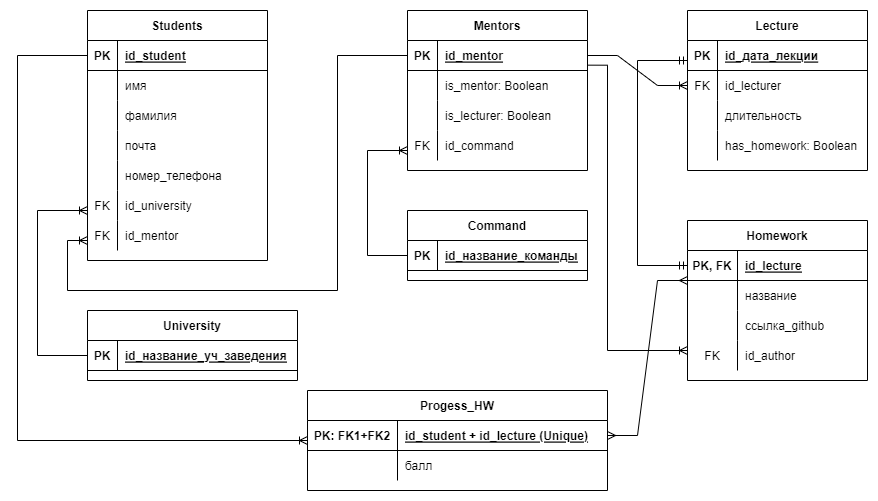
Kolesa-Education/kolesa-upgrade-homework-4 keeps this draw.io diagram as part2/Kolesa Upgrade.drawio.png. Above is the earlier version. Source tidied: cells renumbered, new cells last; positions are measured from the earlier drawing's top-left corner, leaving out a move shared by most shapes.
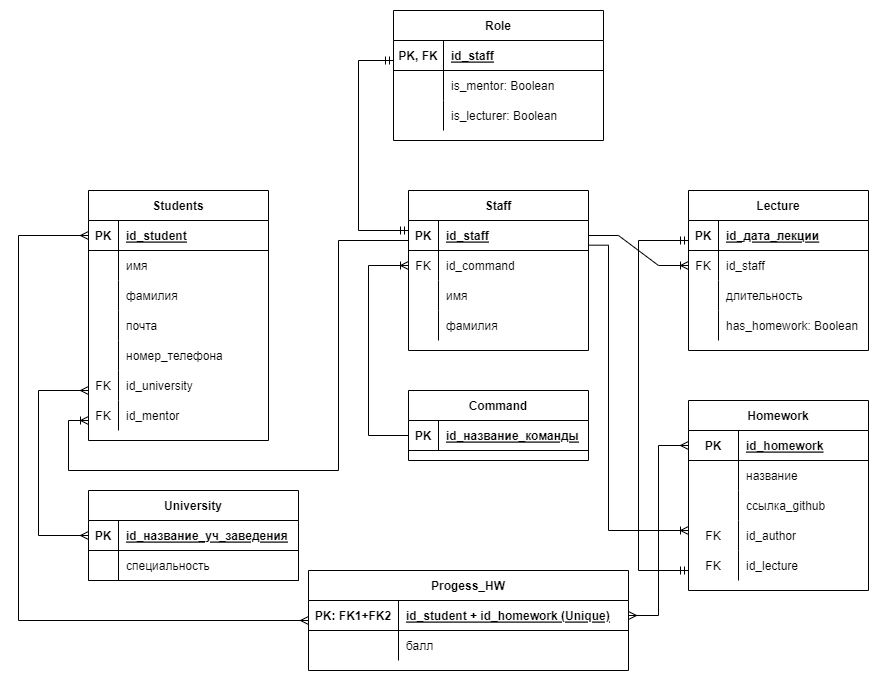
The same diagram one commit later.

Commit message:
homework 4.2 fixed problems

Diff of the diagram source:
```diff
@@ -69,7 +69,7 @@
       <mxGeometry x="30" width="150" height="30" as="geometry" />
     </mxCell>
     <mxCell id="24" value="University" style="shape=table;startSize=30;rowLines=0;fontStyle=1;align=center;" parent="1" vertex="1">
-      <mxGeometry x="70" y="300" width="210" height="70" as="geometry" />
+      <mxGeometry x="70" y="300" width="210" height="90" as="geometry" />
     </mxCell>
     <mxCell id="25" style="shape=tableRow;horizontal=0;startSize=0;swimlaneHead=0;swimlaneBody=0;fillColor=none;points=[[0,0.5],[1,0.5]];portConstraint=eastwest;top=0;left=0;right=0;bottom=1;" parent="24" vertex="1">
       <mxGeometry y="30" width="210" height="30" as="geometry" />
@@ -80,7 +80,16 @@
     <mxCell id="27" value="id_название_уч_заведения" style="shape=partialRectangle;fillColor=none;top=0;left=0;bottom=0;right=0;align=left;spacingLeft=6;fontStyle=5;overflow=hidden;" parent="25" vertex="1">
       <mxGeometry x="30" width="180" height="30" as="geometry" />
     </mxCell>
+    <mxCell id="86" style="shape=tableRow;horizontal=0;startSize=0;swimlaneHead=0;swimlaneBody=0;fillColor=none;top=0;left=0;right=0;bottom=1;" parent="24" vertex="1">
+      <mxGeometry y="60" width="210" height="30" as="geometry" />
+    </mxCell>
+    <mxCell id="87" style="shape=partialRectangle;fillColor=none;top=0;left=0;bottom=0;right=0;fontStyle=1;overflow=hidden;" parent="86" vertex="1">
+      <mxGeometry width="30" height="30" as="geometry" />
+    </mxCell>
+    <mxCell id="88" value="специальность" style="shape=partialRectangle;fillColor=none;top=0;left=0;bottom=0;right=0;align=left;spacingLeft=6;fontStyle=0;overflow=hidden;" parent="86" vertex="1">
+      <mxGeometry x="30" width="180" height="30" as="geometry" />
+    </mxCell>
-    <mxCell id="28" value="Mentors" style="shape=table;startSize=30;rowLines=0;fontStyle=1;align=center;" parent="1" vertex="1">
+    <mxCell id="28" value="Staff" style="shape=table;startSize=30;rowLines=0;fontStyle=1;align=center;" parent="1" vertex="1">
       <mxGeometry x="390" width="180" height="160" as="geometry" />
     </mxCell>
     <mxCell id="29" style="shape=tableRow;horizontal=0;startSize=0;swimlaneHead=0;swimlaneBody=0;fillColor=none;points=[[0,0.5],[1,0.5]];portConstraint=eastwest;top=0;left=0;right=0;bottom=1;" parent="28" vertex="1">
@@ -89,29 +98,11 @@
     <mxCell id="30" value="PK" style="shape=partialRectangle;fillColor=none;top=0;left=0;bottom=0;right=0;fontStyle=1;overflow=hidden;" parent="29" vertex="1">
       <mxGeometry width="30" height="30" as="geometry" />
     </mxCell>
-    <mxCell id="31" value="id_mentor" style="shape=partialRectangle;fillColor=none;top=0;left=0;bottom=0;right=0;align=left;spacingLeft=6;fontStyle=5;overflow=hidden;" parent="29" vertex="1">
+    <mxCell id="31" value="id_staff" style="shape=partialRectangle;fillColor=none;top=0;left=0;bottom=0;right=0;align=left;spacingLeft=6;fontStyle=5;overflow=hidden;" parent="29" vertex="1">
       <mxGeometry x="30" width="150" height="30" as="geometry" />
     </mxCell>
-    <mxCell id="32" style="shape=tableRow;horizontal=0;startSize=0;swimlaneHead=0;swimlaneBody=0;fillColor=none;top=0;left=0;right=0;bottom=0;" parent="28" vertex="1">
-      <mxGeometry y="60" width="180" height="30" as="geometry" />
-    </mxCell>
-    <mxCell id="33" style="shape=partialRectangle;fillColor=none;top=0;left=0;bottom=0;right=0;overflow=hidden;" parent="32" vertex="1">
-      <mxGeometry width="30" height="30" as="geometry" />
-    </mxCell>
-    <mxCell id="34" value="is_mentor: Boolean" style="shape=partialRectangle;fillColor=none;top=0;left=0;bottom=0;right=0;align=left;spacingLeft=6;overflow=hidden;" parent="32" vertex="1">
-      <mxGeometry x="30" width="150" height="30" as="geometry" />
-    </mxCell>
-    <mxCell id="35" style="shape=tableRow;horizontal=0;startSize=0;swimlaneHead=0;swimlaneBody=0;fillColor=none;top=0;left=0;right=0;bottom=0;" parent="28" vertex="1">
-      <mxGeometry y="90" width="180" height="30" as="geometry" />
-    </mxCell>
-    <mxCell id="36" style="shape=partialRectangle;fillColor=none;top=0;left=0;bottom=0;right=0;overflow=hidden;" parent="35" vertex="1">
-      <mxGeometry width="30" height="30" as="geometry" />
-    </mxCell>
-    <mxCell id="37" value="is_lecturer: Boolean" style="shape=partialRectangle;fillColor=none;top=0;left=0;bottom=0;right=0;align=left;spacingLeft=6;overflow=hidden;" parent="35" vertex="1">
-      <mxGeometry x="30" width="150" height="30" as="geometry" />
-    </mxCell>
     <mxCell id="38" style="shape=tableRow;horizontal=0;startSize=0;swimlaneHead=0;swimlaneBody=0;fillColor=none;points=[[0,0.5],[1,0.5]];portConstraint=eastwest;top=0;left=0;right=0;bottom=0;" parent="28" vertex="1">
-      <mxGeometry y="120" width="180" height="30" as="geometry" />
+      <mxGeometry y="60" width="180" height="30" as="geometry" />
     </mxCell>
     <mxCell id="39" value="FK" style="shape=partialRectangle;fillColor=none;top=0;left=0;bottom=0;right=0;overflow=hidden;" parent="38" vertex="1">
       <mxGeometry width="30" height="30" as="geometry" />
@@ -119,6 +110,24 @@
     <mxCell id="40" value="id_command" style="shape=partialRectangle;fillColor=none;top=0;left=0;bottom=0;right=0;align=left;spacingLeft=6;overflow=hidden;" parent="38" vertex="1">
       <mxGeometry x="30" width="150" height="30" as="geometry" />
     </mxCell>
+    <mxCell id="35" style="shape=tableRow;horizontal=0;startSize=0;swimlaneHead=0;swimlaneBody=0;fillColor=none;top=0;left=0;right=0;bottom=0;" parent="28" vertex="1">
+      <mxGeometry y="90" width="180" height="30" as="geometry" />
+    </mxCell>
+    <mxCell id="89" style="shape=partialRectangle;fillColor=none;top=0;left=0;bottom=0;right=0;overflow=hidden;" parent="35" vertex="1">
+      <mxGeometry width="30" height="30" as="geometry" />
+    </mxCell>
+    <mxCell id="90" value="имя" style="shape=partialRectangle;fillColor=none;top=0;left=0;bottom=0;right=0;align=left;spacingLeft=6;overflow=hidden;" parent="35" vertex="1">
+      <mxGeometry x="30" width="150" height="30" as="geometry" />
+    </mxCell>
+    <mxCell id="91" style="shape=tableRow;horizontal=0;startSize=0;swimlaneHead=0;swimlaneBody=0;fillColor=none;top=0;left=0;right=0;bottom=0;" parent="28" vertex="1">
+      <mxGeometry y="120" width="180" height="30" as="geometry" />
+    </mxCell>
+    <mxCell id="92" style="shape=partialRectangle;fillColor=none;top=0;left=0;bottom=0;right=0;overflow=hidden;" parent="91" vertex="1">
+      <mxGeometry width="30" height="30" as="geometry" />
+    </mxCell>
+    <mxCell id="93" value="фамилия" style="shape=partialRectangle;fillColor=none;top=0;left=0;bottom=0;right=0;align=left;spacingLeft=6;overflow=hidden;" parent="91" vertex="1">
+      <mxGeometry x="30" width="150" height="30" as="geometry" />
+    </mxCell>
     <mxCell id="41" value="Command" style="shape=table;startSize=30;rowLines=0;fontStyle=1;align=center;" parent="1" vertex="1">
       <mxGeometry x="390" y="200" width="180" height="70" as="geometry" />
     </mxCell>
@@ -149,7 +158,7 @@
     <mxCell id="50" value="FK" style="shape=partialRectangle;fillColor=none;top=0;left=0;bottom=0;right=0;overflow=hidden;" parent="49" vertex="1">
       <mxGeometry width="30" height="30" as="geometry" />
     </mxCell>
-    <mxCell id="51" value="id_lecturer" style="shape=partialRectangle;fillColor=none;top=0;left=0;bottom=0;right=0;align=left;spacingLeft=6;overflow=hidden;" parent="49" vertex="1">
+    <mxCell id="51" value="id_staff" style="shape=partialRectangle;fillColor=none;top=0;left=0;bottom=0;right=0;align=left;spacingLeft=6;overflow=hidden;" parent="49" vertex="1">
       <mxGeometry x="30" width="150" height="30" as="geometry" />
     </mxCell>
     <mxCell id="52" style="shape=tableRow;horizontal=0;startSize=0;swimlaneHead=0;swimlaneBody=0;fillColor=none;top=0;left=0;right=0;bottom=0;" parent="45" vertex="1">
@@ -171,15 +180,15 @@
       <mxGeometry x="30" width="150" height="30" as="geometry" />
     </mxCell>
     <mxCell id="58" value="Homework" style="shape=table;startSize=30;rowLines=0;fontStyle=1;align=center;" parent="1" vertex="1">
-      <mxGeometry x="670" y="210" width="180" height="160" as="geometry" />
+      <mxGeometry x="670" y="210" width="180" height="190" as="geometry" />
     </mxCell>
     <mxCell id="59" style="shape=tableRow;horizontal=0;startSize=0;swimlaneHead=0;swimlaneBody=0;fillColor=none;points=[[0,0.5],[1,0.5]];portConstraint=eastwest;top=0;left=0;right=0;bottom=1;" parent="58" vertex="1">
       <mxGeometry y="30" width="180" height="30" as="geometry" />
     </mxCell>
-    <mxCell id="60" value="PK, FK" style="shape=partialRectangle;fillColor=none;top=0;left=0;bottom=0;right=0;fontStyle=1;overflow=hidden;" parent="59" vertex="1">
+    <mxCell id="60" value="PK" style="shape=partialRectangle;fillColor=none;top=0;left=0;bottom=0;right=0;fontStyle=1;overflow=hidden;" parent="59" vertex="1">
       <mxGeometry width="50" height="30" as="geometry" />
     </mxCell>
-    <mxCell id="61" value="id_lecture" style="shape=partialRectangle;fillColor=none;top=0;left=0;bottom=0;right=0;align=left;spacingLeft=6;fontStyle=5;overflow=hidden;" parent="59" vertex="1">
+    <mxCell id="61" value="id_homework" style="shape=partialRectangle;fillColor=none;top=0;left=0;bottom=0;right=0;align=left;spacingLeft=6;fontStyle=5;overflow=hidden;" parent="59" vertex="1">
       <mxGeometry x="50" width="130" height="30" as="geometry" />
     </mxCell>
     <mxCell id="62" style="shape=tableRow;horizontal=0;startSize=0;swimlaneHead=0;swimlaneBody=0;fillColor=none;top=0;left=0;right=0;bottom=0;" parent="58" vertex="1">
@@ -209,28 +218,37 @@
     <mxCell id="70" value="id_author" style="shape=partialRectangle;fillColor=none;top=0;left=0;bottom=0;right=0;align=left;spacingLeft=6;overflow=hidden;" parent="68" vertex="1">
       <mxGeometry x="50" width="130" height="30" as="geometry" />
     </mxCell>
+    <mxCell id="94" style="shape=tableRow;horizontal=0;startSize=0;swimlaneHead=0;swimlaneBody=0;fillColor=none;top=0;left=0;right=0;bottom=0;" parent="58" vertex="1">
+      <mxGeometry y="150" width="180" height="30" as="geometry" />
+    </mxCell>
+    <mxCell id="95" value="FK" style="shape=partialRectangle;fillColor=none;top=0;left=0;bottom=0;right=0;overflow=hidden;" parent="94" vertex="1">
+      <mxGeometry width="50" height="30" as="geometry" />
+    </mxCell>
+    <mxCell id="96" value="id_lecture" style="shape=partialRectangle;fillColor=none;top=0;left=0;bottom=0;right=0;align=left;spacingLeft=6;overflow=hidden;" parent="94" vertex="1">
+      <mxGeometry x="50" width="130" height="30" as="geometry" />
+    </mxCell>
     <mxCell id="71" value="Progess_HW" style="shape=table;startSize=30;rowLines=0;fontStyle=1;align=center;" parent="1" vertex="1">
-      <mxGeometry x="290" y="380" width="300" height="100" as="geometry" />
+      <mxGeometry x="290" y="380" width="320" height="100" as="geometry" />
     </mxCell>
     <mxCell id="72" style="shape=tableRow;horizontal=0;startSize=0;swimlaneHead=0;swimlaneBody=0;fillColor=none;points=[[0,0.5],[1,0.5]];portConstraint=eastwest;top=0;left=0;right=0;bottom=1;" parent="71" vertex="1">
-      <mxGeometry y="30" width="300" height="30" as="geometry" />
+      <mxGeometry y="30" width="320" height="30" as="geometry" />
     </mxCell>
     <mxCell id="73" value="PK: FK1+FK2" style="shape=partialRectangle;fillColor=none;top=0;left=0;bottom=0;right=0;fontStyle=1;overflow=hidden;" parent="72" vertex="1">
       <mxGeometry width="90" height="30" as="geometry" />
     </mxCell>
-    <mxCell id="74" value="id_student + id_lecture (Unique)" style="shape=partialRectangle;fillColor=none;top=0;left=0;bottom=0;right=0;align=left;spacingLeft=6;fontStyle=5;overflow=hidden;" parent="72" vertex="1">
-      <mxGeometry x="90" width="210" height="30" as="geometry" />
+    <mxCell id="74" value="id_student + id_homework (Unique)" style="shape=partialRectangle;fillColor=none;top=0;left=0;bottom=0;right=0;align=left;spacingLeft=6;fontStyle=5;overflow=hidden;" parent="72" vertex="1">
+      <mxGeometry x="90" width="230" height="30" as="geometry" />
     </mxCell>
     <mxCell id="75" style="shape=tableRow;horizontal=0;startSize=0;swimlaneHead=0;swimlaneBody=0;fillColor=none;top=0;left=0;right=0;bottom=0;" parent="71" vertex="1">
-      <mxGeometry y="60" width="300" height="30" as="geometry" />
+      <mxGeometry y="60" width="320" height="30" as="geometry" />
     </mxCell>
     <mxCell id="76" style="shape=partialRectangle;fillColor=none;top=0;left=0;bottom=0;right=0;overflow=hidden;" parent="75" vertex="1">
       <mxGeometry width="90" height="30" as="geometry" />
     </mxCell>
     <mxCell id="77" value="балл" style="shape=partialRectangle;fillColor=none;top=0;left=0;bottom=0;right=0;align=left;spacingLeft=6;overflow=hidden;" parent="75" vertex="1">
-      <mxGeometry x="90" width="210" height="30" as="geometry" />
+      <mxGeometry x="90" width="230" height="30" as="geometry" />
     </mxCell>
-    <mxCell id="78" style="edgeStyle=orthogonalEdgeStyle;fontSize=12;html=1;endArrow=ERoneToMany;rounded=0;exitX=0;exitY=0.5;exitDx=0;exitDy=0;endFill=0;" parent="1" edge="1" source="25">
+    <mxCell id="78" style="edgeStyle=orthogonalEdgeStyle;fontSize=12;html=1;endArrow=ERmany;rounded=0;exitX=0;exitY=0.5;exitDx=0;exitDy=0;endFill=0;startArrow=ERmany;startFill=0;" parent="1" edge="1" source="25">
       <mxGeometry relative="1" as="geometry">
         <mxPoint x="70" y="200" as="targetPoint" />
         <Array as="points">
@@ -239,23 +257,22 @@
         </Array>
       </mxGeometry>
     </mxCell>
-    <mxCell id="79" style="edgeStyle=orthogonalEdgeStyle;fontSize=12;html=1;endArrow=ERoneToMany;rounded=0;exitX=0;exitY=0.5;exitDx=0;exitDy=0;" parent="1" edge="1" source="29">
+    <mxCell id="79" style="edgeStyle=orthogonalEdgeStyle;fontSize=12;html=1;endArrow=ERoneToMany;rounded=0;exitX=0;exitY=0.5;exitDx=0;exitDy=0;" parent="1" edge="1" source="28">
       <mxGeometry relative="1" as="geometry">
         <mxPoint x="70" y="230" as="targetPoint" />
         <Array as="points">
-          <mxPoint x="320" y="45" />
+          <mxPoint x="320" y="50" />
           <mxPoint x="320" y="280" />
           <mxPoint x="50" y="280" />
           <mxPoint x="50" y="230" />
         </Array>
       </mxGeometry>
     </mxCell>
-    <mxCell id="80" style="edgeStyle=orthogonalEdgeStyle;fontSize=12;html=1;endArrow=ERoneToMany;rounded=0;exitX=0;exitY=0.5;exitDx=0;exitDy=0;" parent="1" edge="1" source="42">
+    <mxCell id="80" style="edgeStyle=orthogonalEdgeStyle;fontSize=12;html=1;endArrow=ERoneToMany;rounded=0;exitX=0;exitY=0.5;exitDx=0;exitDy=0;entryX=0;entryY=0.5;entryDx=0;entryDy=0;" parent="1" edge="1" source="42" target="38">
       <mxGeometry relative="1" as="geometry">
-        <mxPoint x="390" y="140" as="targetPoint" />
         <Array as="points">
           <mxPoint x="350" y="245" />
-          <mxPoint x="350" y="140" />
+          <mxPoint x="350" y="75" />
         </Array>
       </mxGeometry>
     </mxCell>
@@ -264,11 +281,12 @@
         <mxPoint x="670" y="75" as="targetPoint" />
       </mxGeometry>
     </mxCell>
-    <mxCell id="82" style="edgeStyle=orthogonalEdgeStyle;fontSize=12;html=1;endArrow=ERmandOne;startArrow=ERmandOne;rounded=0;exitX=0;exitY=0.5;exitDx=0;exitDy=0;" parent="1" edge="1" source="59">
+    <mxCell id="82" style="edgeStyle=orthogonalEdgeStyle;fontSize=12;html=1;endArrow=ERmandOne;startArrow=ERmandOne;rounded=0;" parent="1" edge="1">
       <mxGeometry relative="1" as="geometry">
+        <mxPoint x="670" y="380" as="sourcePoint" />
         <mxPoint x="670" y="50" as="targetPoint" />
         <Array as="points">
-          <mxPoint x="620" y="255" />
+          <mxPoint x="620" y="380" />
           <mxPoint x="620" y="50" />
         </Array>
       </mxGeometry>
@@ -282,12 +300,10 @@
         </Array>
       </mxGeometry>
     </mxCell>
-    <mxCell id="84" style="edgeStyle=entityRelationEdgeStyle;fontSize=12;html=1;endArrow=ERmany;startArrow=ERmany;rounded=0;exitX=1;exitY=0.5;exitDx=0;exitDy=0;" parent="1" edge="1" source="72">
-      <mxGeometry relative="1" as="geometry">
-        <mxPoint x="670" y="270" as="targetPoint" />
-      </mxGeometry>
+    <mxCell id="84" style="edgeStyle=entityRelationEdgeStyle;fontSize=12;html=1;endArrow=ERmany;startArrow=ERmany;rounded=0;exitX=1;exitY=0.5;exitDx=0;exitDy=0;entryX=0;entryY=0.5;entryDx=0;entryDy=0;" parent="1" edge="1" source="72" target="59">
+      <mxGeometry relative="1" as="geometry" />
     </mxCell>
-    <mxCell id="85" style="edgeStyle=orthogonalEdgeStyle;fontSize=12;html=1;endArrow=none;rounded=0;entryX=0;entryY=0.5;entryDx=0;entryDy=0;startArrow=ERoneToMany;startFill=0;endFill=0;" parent="1" edge="1" target="3">
+    <mxCell id="85" style="edgeStyle=orthogonalEdgeStyle;fontSize=12;html=1;endArrow=ERmany;rounded=0;entryX=0;entryY=0.5;entryDx=0;entryDy=0;startArrow=ERmany;startFill=0;endFill=0;" parent="1" edge="1" target="3">
       <mxGeometry relative="1" as="geometry">
         <mxPoint x="290" y="430" as="sourcePoint" />
         <Array as="points">
@@ -296,5 +312,45 @@
         </Array>
       </mxGeometry>
     </mxCell>
+    <mxCell id="97" value="Role" style="shape=table;startSize=30;rowLines=0;fontStyle=1;align=center;" parent="1" vertex="1">
+      <mxGeometry x="375" y="-180" width="210" height="130" as="geometry" />
+    </mxCell>
+    <mxCell id="98" style="shape=tableRow;horizontal=0;startSize=0;swimlaneHead=0;swimlaneBody=0;fillColor=none;top=0;left=0;right=0;bottom=1;" parent="97" vertex="1">
+      <mxGeometry y="30" width="210" height="30" as="geometry" />
+    </mxCell>
+    <mxCell id="99" value="PK, FK" style="shape=partialRectangle;fillColor=none;top=0;left=0;bottom=0;right=0;fontStyle=1;overflow=hidden;" parent="98" vertex="1">
+      <mxGeometry width="50" height="30" as="geometry" />
+    </mxCell>
+    <mxCell id="100" value="id_staff" style="shape=partialRectangle;fillColor=none;top=0;left=0;bottom=0;right=0;align=left;spacingLeft=6;fontStyle=5;overflow=hidden;" parent="98" vertex="1">
+      <mxGeometry x="50" width="160" height="30" as="geometry" />
+    </mxCell>
+    <mxCell id="101" style="shape=tableRow;horizontal=0;startSize=0;swimlaneHead=0;swimlaneBody=0;fillColor=none;top=0;left=0;right=0;bottom=0;" parent="97" vertex="1">
+      <mxGeometry y="60" width="210" height="30" as="geometry" />
+    </mxCell>
+    <mxCell id="102" style="shape=partialRectangle;fillColor=none;top=0;left=0;bottom=0;right=0;overflow=hidden;" parent="101" vertex="1">
+      <mxGeometry width="50" height="30" as="geometry" />
+    </mxCell>
+    <mxCell id="34" value="is_mentor: Boolean" style="shape=partialRectangle;fillColor=none;top=0;left=0;bottom=0;right=0;align=left;spacingLeft=6;overflow=hidden;" parent="101" vertex="1">
+      <mxGeometry x="50" width="160" height="30" as="geometry" />
+    </mxCell>
+    <mxCell id="103" style="shape=tableRow;horizontal=0;startSize=0;swimlaneHead=0;swimlaneBody=0;fillColor=none;top=0;left=0;right=0;bottom=0;" parent="97" vertex="1">
+      <mxGeometry y="90" width="210" height="30" as="geometry" />
+    </mxCell>
+    <mxCell id="104" style="shape=partialRectangle;fillColor=none;top=0;left=0;bottom=0;right=0;overflow=hidden;" parent="103" vertex="1">
+      <mxGeometry width="50" height="30" as="geometry" />
+    </mxCell>
+    <mxCell id="37" value="is_lecturer: Boolean" style="shape=partialRectangle;fillColor=none;top=0;left=0;bottom=0;right=0;align=left;spacingLeft=6;overflow=hidden;" parent="103" vertex="1">
+      <mxGeometry x="50" width="160" height="30" as="geometry" />
+    </mxCell>
+    <mxCell id="105" style="edgeStyle=orthogonalEdgeStyle;fontSize=12;html=1;endArrow=ERmandOne;startArrow=ERmandOne;rounded=0;" parent="1" edge="1">
+      <mxGeometry relative="1" as="geometry">
+        <mxPoint x="390" y="40" as="sourcePoint" />
+        <mxPoint x="375" y="-130" as="targetPoint" />
+        <Array as="points">
+          <mxPoint x="340" y="40" />
+          <mxPoint x="340" y="-130" />
+        </Array>
+      </mxGeometry>
+    </mxCell>
   </root>
 </mxGraphModel>
```
